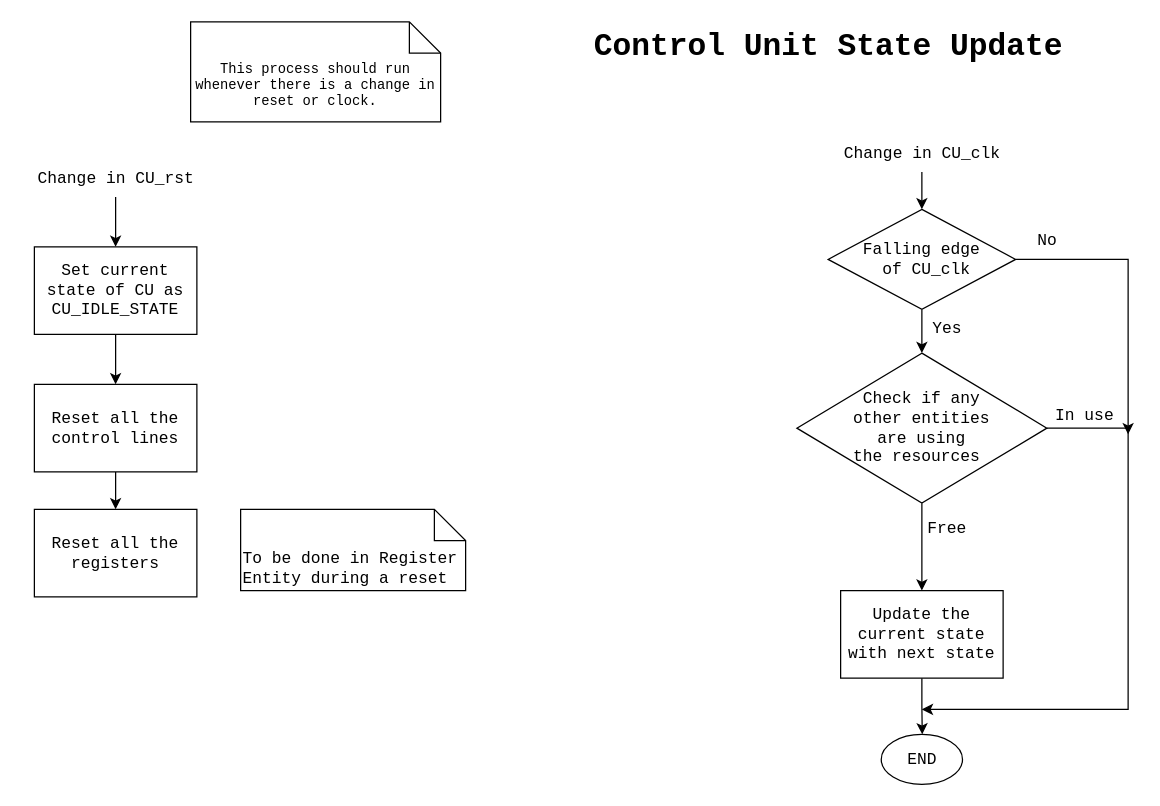
Earlier version of the draw.io diagram page "CU State Update" (2 of 4) of 04_ControlUnit_v1/CPU_Design.drawio (Vichu95/Basic_CPU_FPGA). Source tidied: cells renumbered, new cells numbered last; positions are measured from the earlier drawing's top-left corner, leaving out a move shared by most shapes. Both pictures are drawn from the tidied source at 125%, with x=0, y=0 at pixel (21, 21).
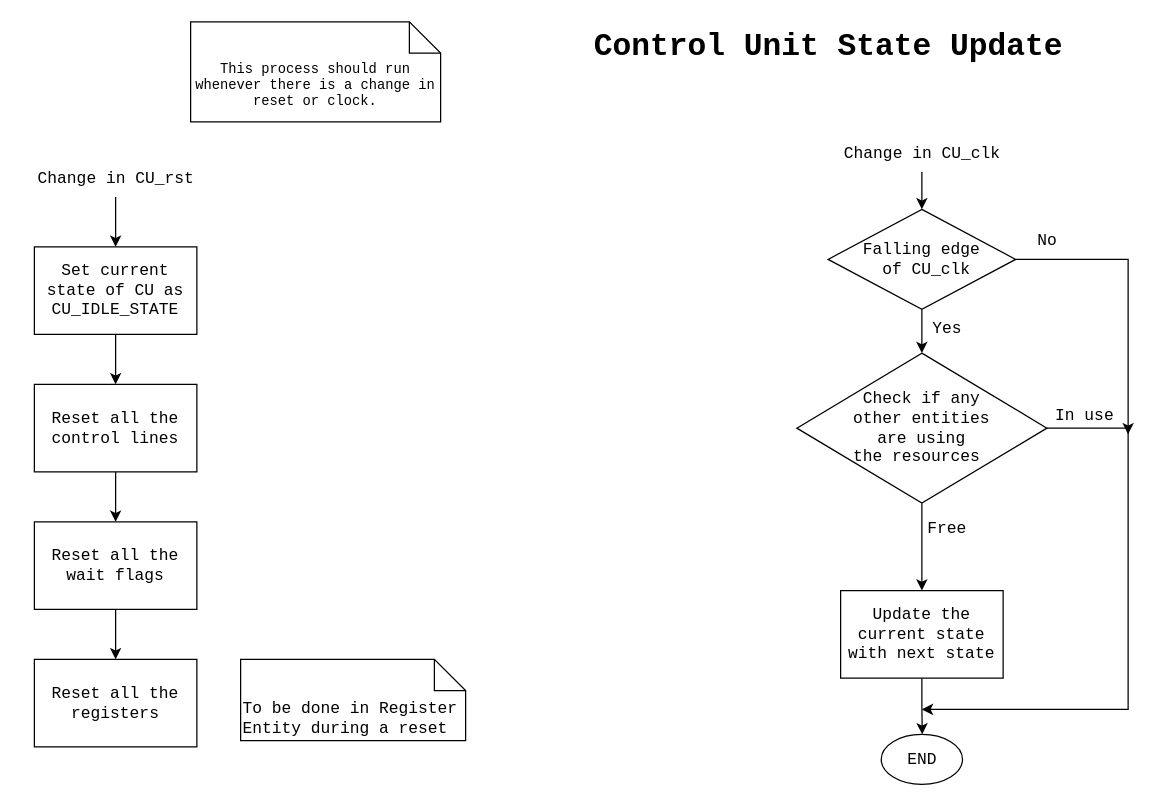
After the change.

Commit message (it also covers changes not shown here):
updated reset flow

The change refers to these unchanged cells:
```xml
<mxCell id="8" value="Reset all the control lines" style="rounded=0;whiteSpace=wrap;html=1;fontFamily=Courier New;fontSize=13;" parent="1" vertex="1">
  <mxGeometry x="10" y="290" width="130" height="70" as="geometry" />
</mxCell>
```

What changed in the source:
```diff
@@
-    <mxCell id="7" style="edgeStyle=none;rounded=0;jettySize=auto;html=1;exitX=0.5;exitY=1;exitDx=0;exitDy=0;entryX=0.5;entryY=0;entryDx=0;entryDy=0;strokeWidth=1;fontFamily=Courier New;fontSize=13;startArrow=none;startFill=0;endArrow=classic;endFill=1;startSize=6;endSize=6;sourcePerimeterSpacing=0;targetPerimeterSpacing=0;" parent="1" edge="1" source="8" target="9">
-      <mxGeometry relative="1" as="geometry" />
-    </mxCell>
+    <mxCell id="27" style="edgeStyle=orthogonalEdgeStyle;rounded=0;jettySize=auto;html=1;exitX=0.5;exitY=1;exitDx=0;exitDy=0;entryX=0.5;entryY=0;entryDx=0;entryDy=0;" parent="1" edge="1" source="8" target="29">
+      <mxGeometry relative="1" as="geometry" />
+    </mxCell>
@@
     <mxCell id="9" value="Reset all the registers" style="rounded=0;whiteSpace=wrap;html=1;fontFamily=Courier New;fontSize=13;" parent="1" vertex="1">
-      <mxGeometry x="10" y="390" width="130" height="70" as="geometry" />
+      <mxGeometry x="10" y="510" width="130" height="70" as="geometry" />
     </mxCell>
     <mxCell id="10" value="To be done in Register Entity during a reset" style="shape=note2;boundedLbl=1;whiteSpace=wrap;html=1;size=25;verticalAlign=top;align=left;fontFamily=Courier New;fontSize=13;" parent="1" vertex="1">
-      <mxGeometry x="175" y="390" width="180" height="65" as="geometry" />
+      <mxGeometry x="175" y="510" width="180" height="65" as="geometry" />
     </mxCell>
@@
+    <mxCell id="28" style="edgeStyle=orthogonalEdgeStyle;rounded=0;jettySize=auto;html=1;exitX=0.5;exitY=1;exitDx=0;exitDy=0;entryX=0.5;entryY=0;entryDx=0;entryDy=0;" parent="1" edge="1" source="29" target="9">
+      <mxGeometry relative="1" as="geometry" />
+    </mxCell>
+    <mxCell id="29" value="Reset all the wait flags" style="rounded=0;whiteSpace=wrap;html=1;fontFamily=Courier New;fontSize=13;" parent="1" vertex="1">
+      <mxGeometry x="10" y="400" width="130" height="70" as="geometry" />
+    </mxCell>
```
